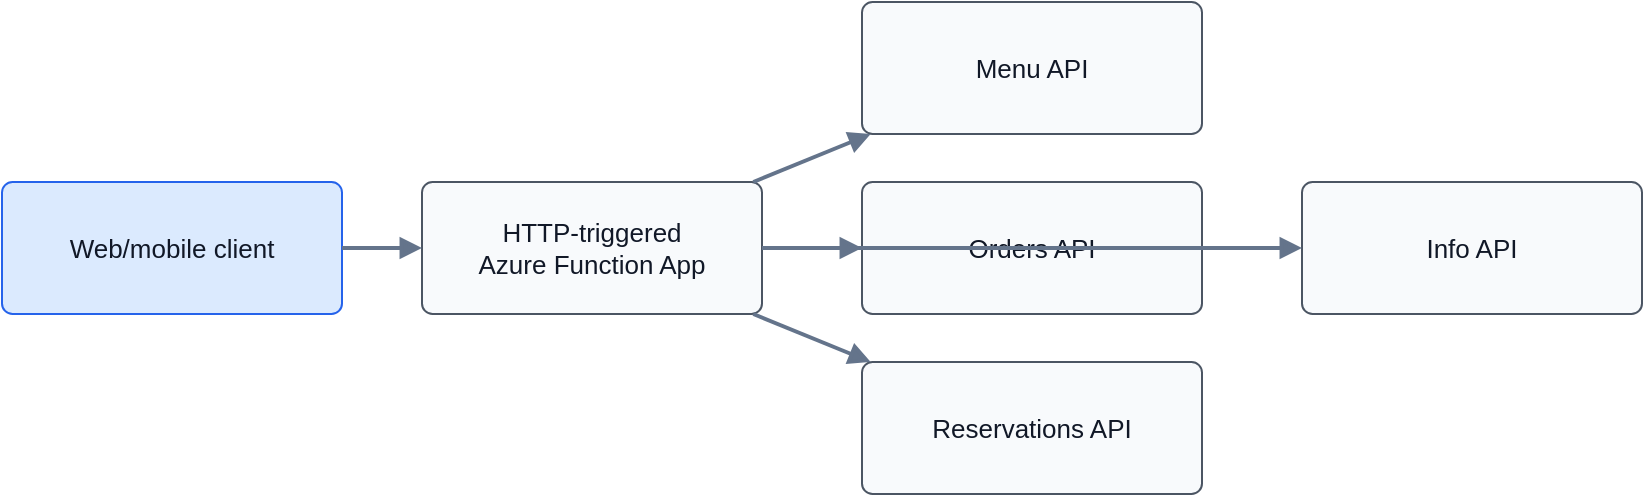
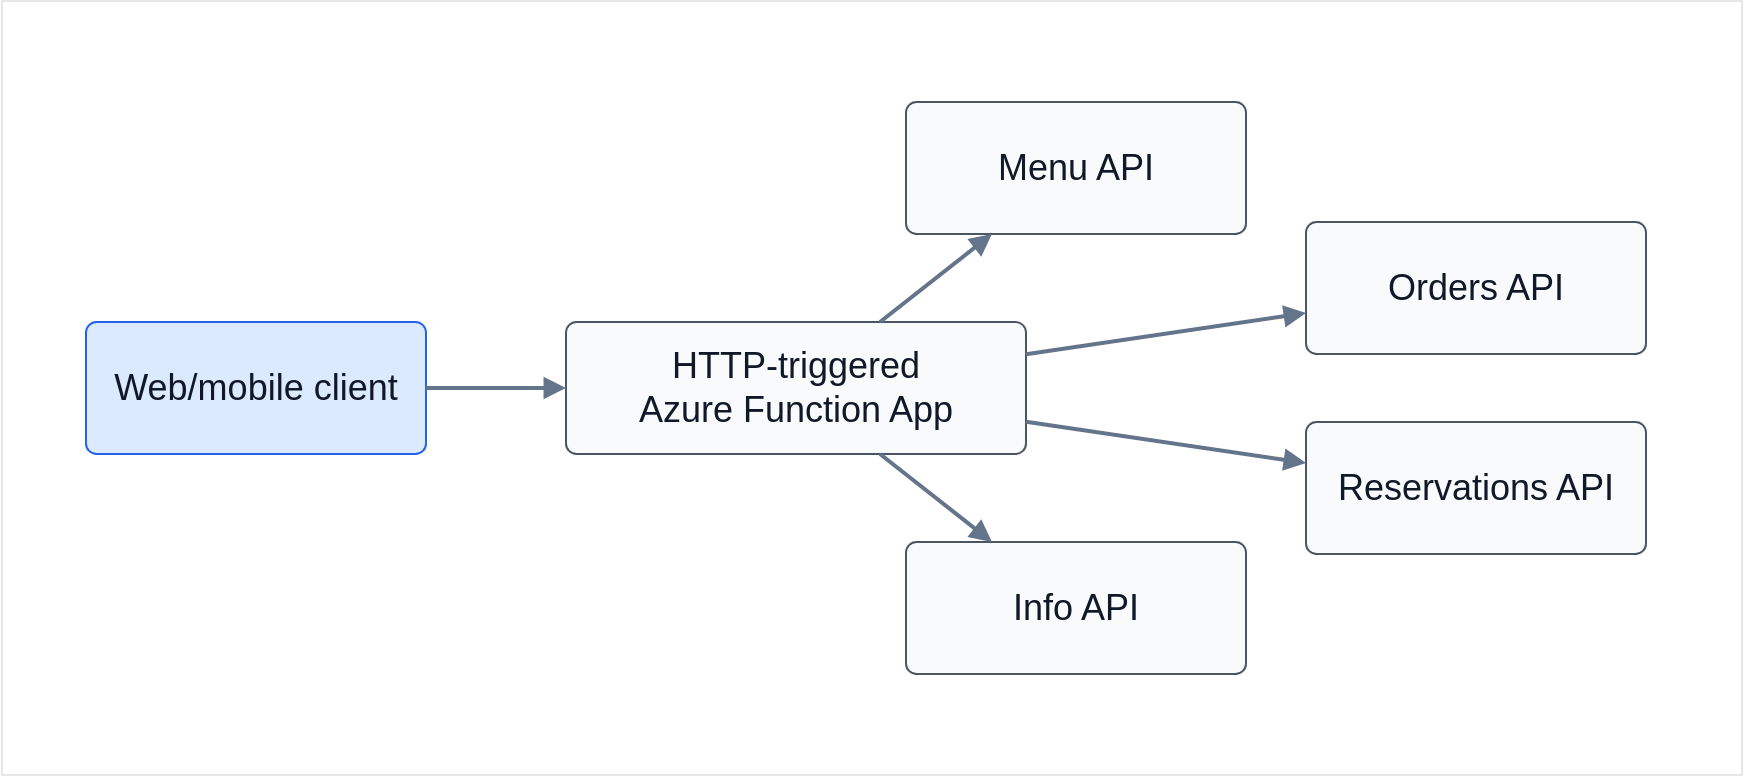
- <mxfile host="Codex" modified="2026-06-27T10:01:50Z" agent="Codex" version="24.7.17" type="device">
+ <mxfile host="Electron" agent="Mozilla/5.0 (Windows NT 10.0; Win64; x64) AppleWebKit/537.36 (KHTML, like Gecko) draw.io/29.5.2 Chrome/142.0.7444.265 Electron/39.6.1 Safari/537.36" version="29.5.2">
  <diagram id="restaurant-apis-with-azure-function-app" name="Restaurant APIs with Azure Function App">
-     <mxGraphModel dx="1422" dy="794" grid="1" gridSize="10" guides="1" tooltips="1" connect="1" arrows="1" fold="1" page="1" pageScale="1" pageWidth="1120" pageHeight="520" math="0" shadow="0">
+     <mxGraphModel dx="2429" dy="766" grid="1" gridSize="10" guides="1" tooltips="1" connect="1" arrows="1" fold="1" page="1" pageScale="1" pageWidth="1120" pageHeight="520" math="0" shadow="0">
      <root>
-         <mxCell id="0"/>
-         <mxCell id="1" parent="0"/>
-         <mxCell id="id2" value="Web/mobile client" style="rounded=1;whiteSpace=wrap;html=1;arcSize=8;strokeColor=#2563eb;fillColor=#dbeafe;fontColor=#111827;fontSize=13;spacing=10;" vertex="1" parent="1"><mxGeometry x="40" y="180" width="170" height="66" as="geometry"/></mxCell>
-         <mxCell id="id3" value="HTTP-triggered&lt;br&gt;Azure Function App" style="rounded=1;whiteSpace=wrap;html=1;arcSize=8;strokeColor=#4b5563;fillColor=#f8fafc;fontColor=#111827;fontSize=13;spacing=10;" vertex="1" parent="1"><mxGeometry x="250" y="180" width="170" height="66" as="geometry"/></mxCell>
-         <mxCell id="id4" value="Menu API" style="rounded=1;whiteSpace=wrap;html=1;arcSize=8;strokeColor=#4b5563;fillColor=#f8fafc;fontColor=#111827;fontSize=13;spacing=10;" vertex="1" parent="1"><mxGeometry x="470" y="90" width="170" height="66" as="geometry"/></mxCell>
-         <mxCell id="id5" value="Orders API" style="rounded=1;whiteSpace=wrap;html=1;arcSize=8;strokeColor=#4b5563;fillColor=#f8fafc;fontColor=#111827;fontSize=13;spacing=10;" vertex="1" parent="1"><mxGeometry x="470" y="180" width="170" height="66" as="geometry"/></mxCell>
-         <mxCell id="id6" value="Reservations API" style="rounded=1;whiteSpace=wrap;html=1;arcSize=8;strokeColor=#4b5563;fillColor=#f8fafc;fontColor=#111827;fontSize=13;spacing=10;" vertex="1" parent="1"><mxGeometry x="470" y="270" width="170" height="66" as="geometry"/></mxCell>
-         <mxCell id="id7" value="Info API" style="rounded=1;whiteSpace=wrap;html=1;arcSize=8;strokeColor=#4b5563;fillColor=#f8fafc;fontColor=#111827;fontSize=13;spacing=10;" vertex="1" parent="1"><mxGeometry x="690" y="180" width="170" height="66" as="geometry"/></mxCell>
-         <mxCell id="id8" value="" style="endArrow=block;html=1;rounded=0;strokeWidth=2;strokeColor=#64748b;fontColor=#475569;fontSize=11;" edge="1" parent="1" source="id2" target="id3"><mxGeometry relative="1" as="geometry"/></mxCell>
-         <mxCell id="id9" value="" style="endArrow=block;html=1;rounded=0;strokeWidth=2;strokeColor=#64748b;fontColor=#475569;fontSize=11;" edge="1" parent="1" source="id3" target="id4"><mxGeometry relative="1" as="geometry"/></mxCell>
-         <mxCell id="id10" value="" style="endArrow=block;html=1;rounded=0;strokeWidth=2;strokeColor=#64748b;fontColor=#475569;fontSize=11;" edge="1" parent="1" source="id3" target="id5"><mxGeometry relative="1" as="geometry"/></mxCell>
-         <mxCell id="id11" value="" style="endArrow=block;html=1;rounded=0;strokeWidth=2;strokeColor=#64748b;fontColor=#475569;fontSize=11;" edge="1" parent="1" source="id3" target="id6"><mxGeometry relative="1" as="geometry"/></mxCell>
-         <mxCell id="id12" value="" style="endArrow=block;html=1;rounded=0;strokeWidth=2;strokeColor=#64748b;fontColor=#475569;fontSize=11;" edge="1" parent="1" source="id3" target="id7"><mxGeometry relative="1" as="geometry"/></mxCell>
+         <mxCell id="0" />
+         <mxCell id="1" parent="0" />
+         <mxCell id="x6vcsmeav6xuJ6ng5bXA-1" parent="1" style="rounded=0;whiteSpace=wrap;html=1;strokeColor=#E6E6E6;" value="" vertex="1">
+           <mxGeometry height="387" width="870" x="-52" y="19.5" as="geometry" />
+         </mxCell>
+         <mxCell id="id2" parent="1" style="rounded=1;whiteSpace=wrap;html=1;arcSize=8;strokeColor=#2563eb;fillColor=#dbeafe;fontColor=#111827;fontSize=18;spacing=10;" value="Web/mobile client" vertex="1">
+           <mxGeometry height="66" width="170" x="-10" y="180" as="geometry" />
+         </mxCell>
+         <mxCell id="id3" parent="1" style="rounded=1;whiteSpace=wrap;html=1;arcSize=8;strokeColor=#4b5563;fillColor=#f8fafc;fontColor=#111827;fontSize=18;spacing=10;" value="HTTP-triggered&lt;br&gt;Azure Function App" vertex="1">
+           <mxGeometry height="66" width="230" x="230" y="180" as="geometry" />
+         </mxCell>
+         <mxCell id="id4" parent="1" style="rounded=1;whiteSpace=wrap;html=1;arcSize=8;strokeColor=#4b5563;fillColor=#f8fafc;fontColor=#111827;fontSize=18;spacing=10;" value="Menu API" vertex="1">
+           <mxGeometry height="66" width="170" x="400" y="70" as="geometry" />
+         </mxCell>
+         <mxCell id="id5" parent="1" style="rounded=1;whiteSpace=wrap;html=1;arcSize=8;strokeColor=#4b5563;fillColor=#f8fafc;fontColor=#111827;fontSize=18;spacing=10;" value="Orders API" vertex="1">
+           <mxGeometry height="66" width="170" x="600" y="130" as="geometry" />
+         </mxCell>
+         <mxCell id="id6" parent="1" style="rounded=1;whiteSpace=wrap;html=1;arcSize=8;strokeColor=#4b5563;fillColor=#f8fafc;fontColor=#111827;fontSize=18;spacing=10;" value="Reservations API" vertex="1">
+           <mxGeometry height="66" width="170" x="600" y="230" as="geometry" />
+         </mxCell>
+         <mxCell id="id7" parent="1" style="rounded=1;whiteSpace=wrap;html=1;arcSize=8;strokeColor=#4b5563;fillColor=#f8fafc;fontColor=#111827;fontSize=18;spacing=10;" value="Info API" vertex="1">
+           <mxGeometry height="66" width="170" x="400" y="290" as="geometry" />
+         </mxCell>
+         <mxCell id="id8" edge="1" parent="1" source="id2" style="endArrow=block;html=1;rounded=0;strokeWidth=2;strokeColor=#64748b;fontColor=#475569;fontSize=11;" target="id3" value="">
+           <mxGeometry relative="1" as="geometry" />
+         </mxCell>
+         <mxCell id="id9" edge="1" parent="1" source="id3" style="endArrow=block;html=1;rounded=0;strokeWidth=2;strokeColor=#64748b;fontColor=#475569;fontSize=11;" target="id4" value="">
+           <mxGeometry relative="1" as="geometry" />
+         </mxCell>
+         <mxCell id="id10" edge="1" parent="1" source="id3" style="endArrow=block;html=1;rounded=0;strokeWidth=2;strokeColor=#64748b;fontColor=#475569;fontSize=11;" target="id5" value="">
+           <mxGeometry relative="1" as="geometry" />
+         </mxCell>
+         <mxCell id="id11" edge="1" parent="1" source="id3" style="endArrow=block;html=1;rounded=0;strokeWidth=2;strokeColor=#64748b;fontColor=#475569;fontSize=11;" target="id6" value="">
+           <mxGeometry relative="1" as="geometry" />
+         </mxCell>
+         <mxCell id="id12" edge="1" parent="1" source="id3" style="endArrow=block;html=1;rounded=0;strokeWidth=2;strokeColor=#64748b;fontColor=#475569;fontSize=11;" target="id7" value="">
+           <mxGeometry relative="1" as="geometry" />
+         </mxCell>
      </root>
    </mxGraphModel>
  </diagram>
</mxfile>
